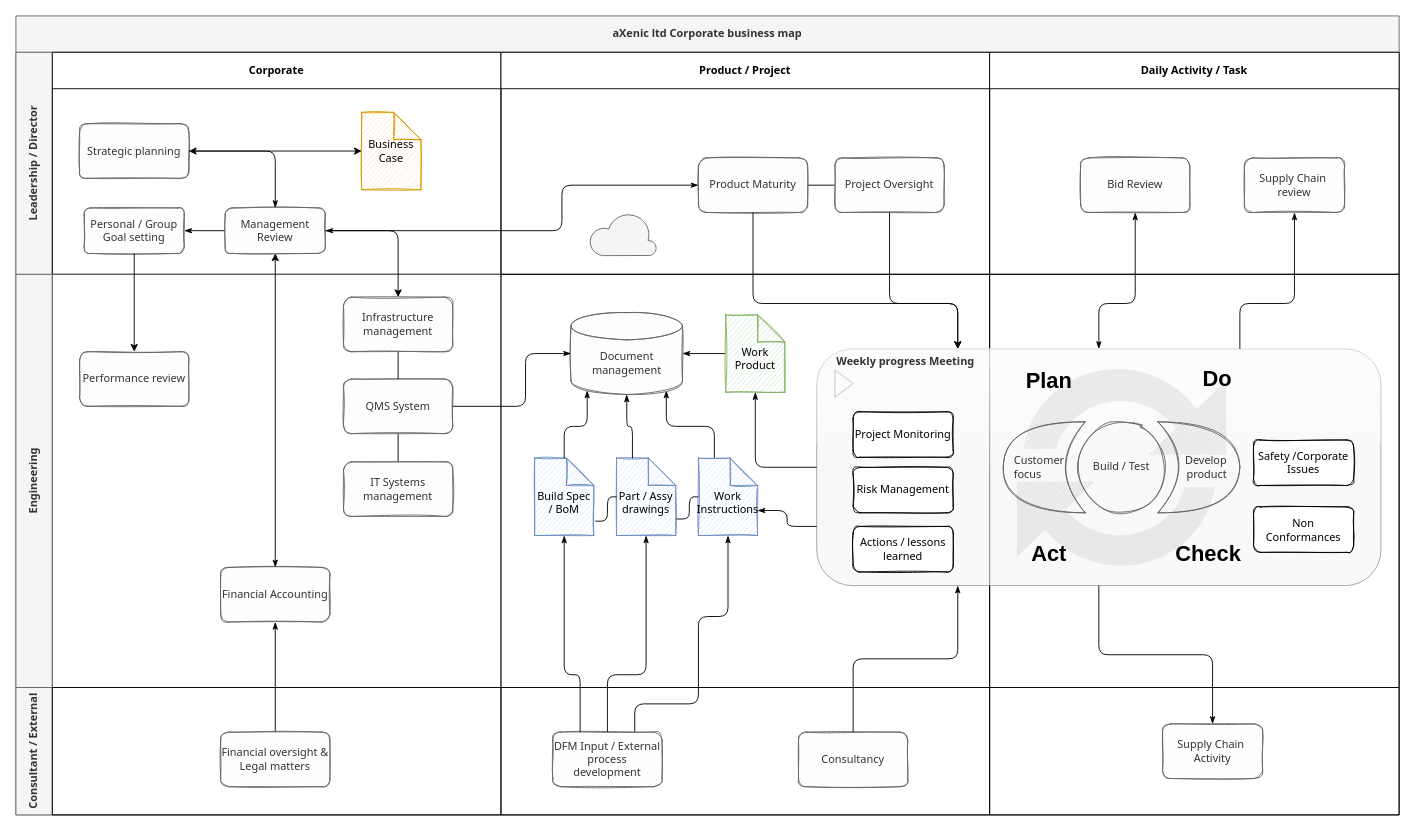
Chris24main/python-hello-world keeps this draw.io diagram as Untitled Diagram.drawio. Above is the earlier version. Source tidied: cells renumbered, new cells numbered last; positions are measured from the earlier drawing's top-left corner, leaving out a move shared by most shapes. Both pictures are drawn from the tidied source at 91%, with x=0, y=0 at pixel (15, 15).
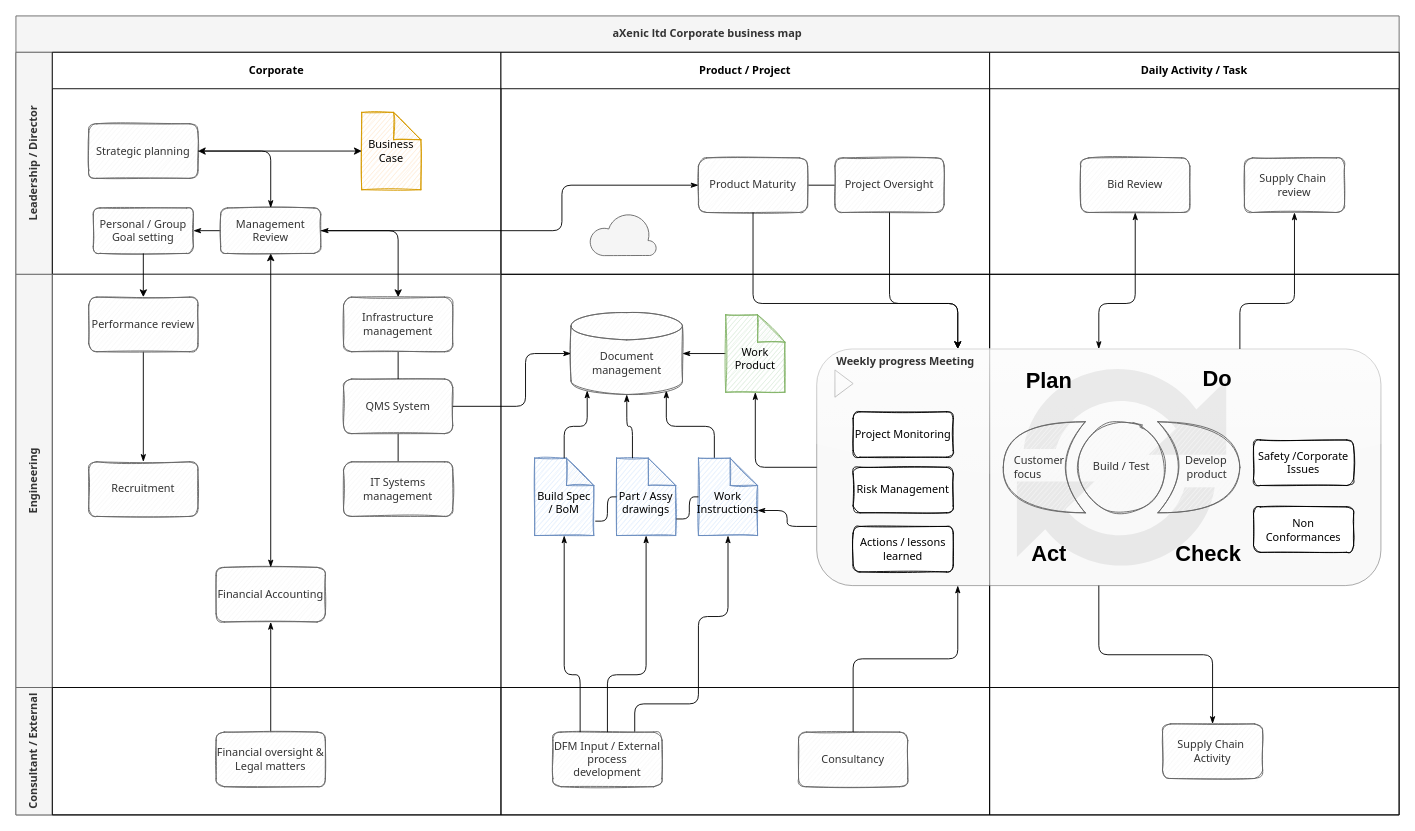
The same page after the edit.

The change refers to these unchanged cells:
```xml
<mxCell id="4" value="Corporate" style="swimlane;startSize=40;html=1;whiteSpace=wrap;fontFamily=Tahoma;sketch=0;" parent="3" vertex="1">
  <mxGeometry x="40" width="493" height="244" as="geometry" />
</mxCell>
<mxCell id="22" style="swimlane;startSize=0;html=1;whiteSpace=wrap;fontFamily=Tahoma;sketch=0;fillColor=#f5f5f5;strokeColor=#666666;fontColor=#333333;" parent="21" vertex="1">
  <mxGeometry x="40" width="493" height="454" as="geometry" />
</mxCell>
<mxCell id="70" style="swimlane;startSize=0;html=1;whiteSpace=wrap;fontFamily=Tahoma;sketch=0;" parent="69" vertex="1">
  <mxGeometry x="40" width="493" height="140" as="geometry" />
</mxCell>
```

What changed in the source:
```diff
@@
     <mxCell id="5" value="Personal / Group Goal setting" style="rounded=1;whiteSpace=wrap;html=1;fontFamily=Tahoma;sketch=1;fillColor=#f5f5f5;strokeColor=#666666;fontColor=#333333;" parent="4" vertex="1">
-      <mxGeometry x="35" y="171" width="110" height="50" as="geometry" />
+      <mxGeometry x="45" y="171" width="110" height="50" as="geometry" />
     </mxCell>
@@
     <mxCell id="7" value="Management Review" style="rounded=1;whiteSpace=wrap;html=1;fontFamily=Tahoma;sketch=1;fillColor=#f5f5f5;strokeColor=#666666;fontColor=#333333;" parent="4" vertex="1">
-      <mxGeometry x="190" y="171" width="110" height="50" as="geometry" />
+      <mxGeometry x="185" y="171" width="110" height="50" as="geometry" />
     </mxCell>
@@
     <mxCell id="9" value="Strategic planning" style="rounded=1;whiteSpace=wrap;html=1;fontFamily=Tahoma;sketch=1;fillColor=#f5f5f5;strokeColor=#666666;fontColor=#333333;" parent="4" vertex="1">
-      <mxGeometry x="30" y="78.5" width="120" height="60" as="geometry" />
+      <mxGeometry x="40" y="78.5" width="120" height="60" as="geometry" />
     </mxCell>
@@
     <mxCell id="23" value="Financial Accounting" style="whiteSpace=wrap;html=1;rounded=1;fontFamily=Tahoma;sketch=1;fillColor=#f5f5f5;strokeColor=#666666;fontColor=#333333;" parent="22" vertex="1">
-      <mxGeometry x="185" y="322" width="120" height="60" as="geometry" />
+      <mxGeometry x="180" y="322" width="120" height="60" as="geometry" />
     </mxCell>
+    <mxCell id="83" style="edgeStyle=orthogonalEdgeStyle;rounded=1;sketch=0;jettySize=auto;html=1;entryX=0.5;entryY=0;entryDx=0;entryDy=0;startArrow=none;startFill=0;endArrow=classicThin;endFill=1;fontFamily=Tahoma;fontSize=12;" parent="22" edge="1" source="24" target="84">
+      <mxGeometry relative="1" as="geometry" />
+    </mxCell>
     <mxCell id="24" value="Performance review" style="whiteSpace=wrap;html=1;rounded=1;fontFamily=Tahoma;sketch=1;fillColor=#f5f5f5;strokeColor=#666666;fontColor=#333333;" parent="22" vertex="1">
-      <mxGeometry x="30" y="85" width="120" height="60" as="geometry" />
+      <mxGeometry x="40" y="25" width="120" height="60" as="geometry" />
     </mxCell>
@@
+    <mxCell id="84" value="Recruitment" style="whiteSpace=wrap;html=1;rounded=1;fontFamily=Tahoma;sketch=1;fillColor=#f5f5f5;strokeColor=#666666;fontColor=#333333;" parent="22" vertex="1">
+      <mxGeometry x="40" y="206" width="120" height="60" as="geometry" />
+    </mxCell>
@@
     <mxCell id="71" value="Financial oversight &amp;amp; Legal matters" style="rounded=1;whiteSpace=wrap;html=1;fontFamily=Tahoma;sketch=1;fillColor=#f5f5f5;strokeColor=#666666;fontColor=#333333;" parent="70" vertex="1">
-      <mxGeometry x="185" y="49" width="120" height="60" as="geometry" />
+      <mxGeometry x="180" y="49" width="120" height="60" as="geometry" />
     </mxCell>
```
